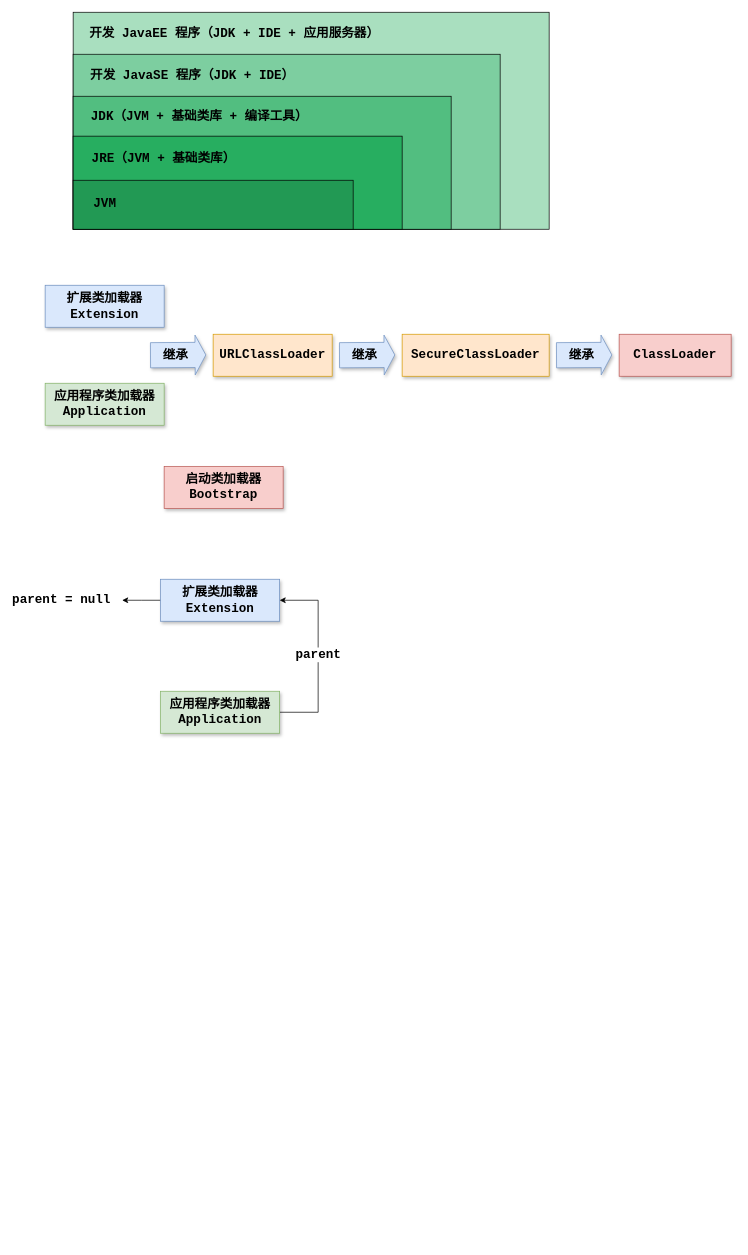
This is jvm.drawio from Ocsio/draw-io, a draw.io file, before an edit. Source tidied: cells renumbered, new cells numbered last; positions are measured from the earlier drawing's top-left corner, leaving out a move shared by most shapes. Both pictures are drawn from the tidied source at 70%, with x=0, y=0 at pixel (45, 12).
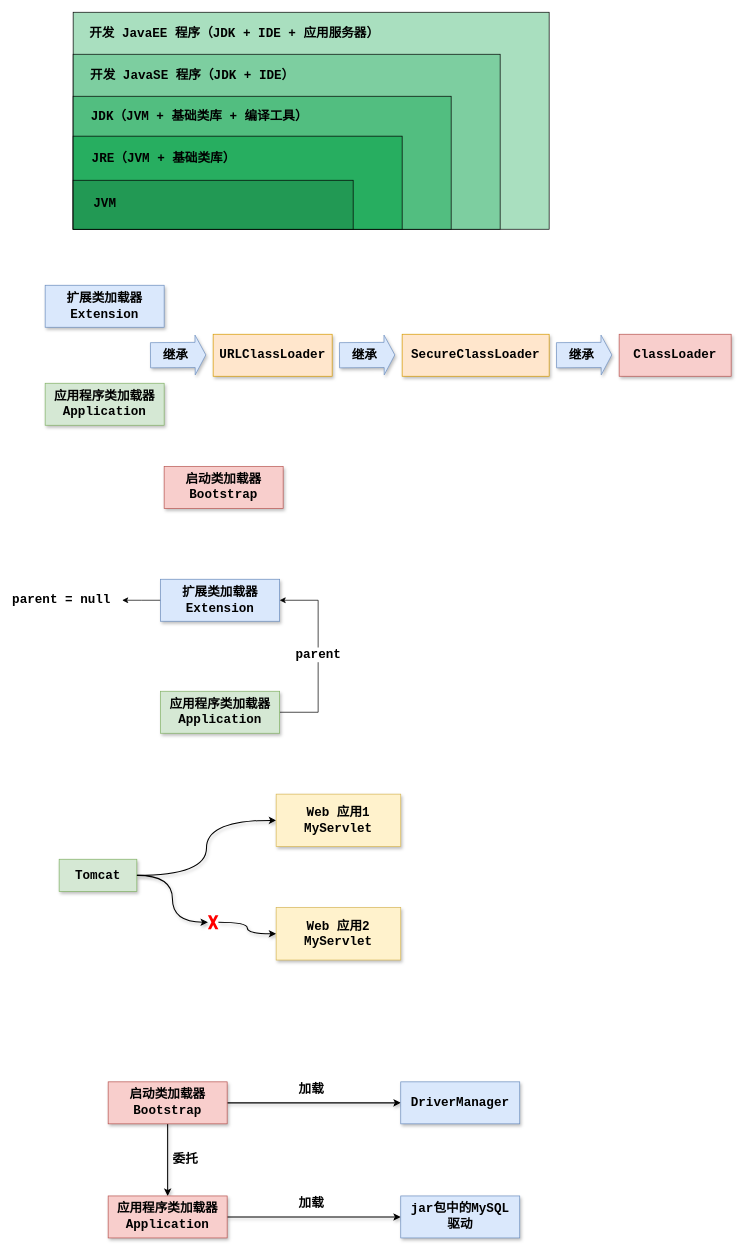
Above is the later version.

What changed in the source:
```diff
@@
+    <mxCell id="30" style="edgeStyle=orthogonalEdgeStyle;rounded=0;jettySize=auto;html=1;entryX=0;entryY=0.5;entryDx=0;entryDy=0;curved=1;strokeWidth=1.5;shadow=1;" parent="1" edge="1" source="32" target="33">
+      <mxGeometry relative="1" as="geometry" />
+    </mxCell>
+    <mxCell id="31" style="edgeStyle=orthogonalEdgeStyle;rounded=0;jettySize=auto;html=1;entryX=0;entryY=0.5;entryDx=0;entryDy=0;curved=1;strokeWidth=1.5;shadow=1;" parent="1" edge="1" source="36" target="34">
+      <mxGeometry relative="1" as="geometry" />
+    </mxCell>
+    <mxCell id="32" value="&lt;font face=&quot;Courier New&quot;&gt;&lt;span style=&quot;font-size: 18px;&quot;&gt;&lt;b&gt;Tomcat&lt;/b&gt;&lt;/span&gt;&lt;/font&gt;" style="rounded=0;whiteSpace=wrap;html=1;fillColor=#d5e8d4;strokeColor=#82b366;shadow=1;" parent="1" vertex="1">
+      <mxGeometry x="20" y="1210" width="111" height="46" as="geometry" />
+    </mxCell>
+    <mxCell id="33" value="&lt;font face=&quot;Courier New&quot;&gt;&lt;span style=&quot;font-size: 18px;&quot;&gt;&lt;b&gt;Web 应用1&lt;br&gt;MyServlet&lt;br&gt;&lt;/b&gt;&lt;/span&gt;&lt;/font&gt;" style="rounded=0;whiteSpace=wrap;html=1;fillColor=#fff2cc;strokeColor=#d6b656;shadow=1;" parent="1" vertex="1">
+      <mxGeometry x="330" y="1117" width="178" height="75" as="geometry" />
+    </mxCell>
+    <mxCell id="34" value="&lt;font face=&quot;Courier New&quot;&gt;&lt;span style=&quot;font-size: 18px;&quot;&gt;&lt;b&gt;Web 应用2&lt;br&gt;MyServlet&lt;br&gt;&lt;/b&gt;&lt;/span&gt;&lt;/font&gt;" style="rounded=0;whiteSpace=wrap;html=1;fillColor=#fff2cc;strokeColor=#d6b656;shadow=1;" parent="1" vertex="1">
+      <mxGeometry x="330" y="1279" width="178" height="75" as="geometry" />
+    </mxCell>
+    <mxCell id="35" style="edgeStyle=orthogonalEdgeStyle;rounded=0;jettySize=auto;html=1;entryX=0;entryY=0.5;entryDx=0;entryDy=0;curved=1;strokeWidth=1.5;shadow=1;" parent="1" edge="1" source="32" target="36">
+      <mxGeometry relative="1" as="geometry" />
+    </mxCell>
+    <mxCell id="36" style="verticalLabelPosition=bottom;verticalAlign=top;html=1;shape=mxgraph.basic.x;fillColor=#FF0000;strokeColor=none;" parent="1" vertex="1">
+      <mxGeometry x="232.5" y="1290" width="15" height="20" as="geometry" />
+    </mxCell>
+    <mxCell id="37" style="edgeStyle=orthogonalEdgeStyle;rounded=0;jettySize=auto;html=1;strokeWidth=1.5;shadow=1;" parent="1" edge="1" source="39" target="41">
+      <mxGeometry relative="1" as="geometry" />
+    </mxCell>
+    <mxCell id="38" style="edgeStyle=orthogonalEdgeStyle;rounded=0;jettySize=auto;html=1;strokeWidth=1.5;shadow=1;" parent="1" edge="1" source="39" target="43">
+      <mxGeometry relative="1" as="geometry" />
+    </mxCell>
+    <mxCell id="39" value="&lt;font face=&quot;Courier New&quot;&gt;&lt;span style=&quot;font-size: 18px;&quot;&gt;&lt;b&gt;启动类加载器Bootstrap&lt;/b&gt;&lt;/span&gt;&lt;/font&gt;" style="rounded=0;whiteSpace=wrap;html=1;fillColor=#f8cecc;strokeColor=#b85450;shadow=1;" parent="1" vertex="1">
+      <mxGeometry x="90" y="1528" width="170" height="60" as="geometry" />
+    </mxCell>
+    <mxCell id="40" style="edgeStyle=orthogonalEdgeStyle;rounded=0;jettySize=auto;html=1;strokeWidth=1.5;shadow=1;" parent="1" edge="1" source="41" target="44">
+      <mxGeometry relative="1" as="geometry" />
+    </mxCell>
+    <mxCell id="41" value="&lt;font face=&quot;Courier New&quot;&gt;&lt;span style=&quot;font-size: 18px;&quot;&gt;&lt;b&gt;应用程序类加载器&lt;br&gt;Application&lt;br&gt;&lt;/b&gt;&lt;/span&gt;&lt;/font&gt;" style="rounded=0;whiteSpace=wrap;html=1;fillColor=#f8cecc;strokeColor=#b85450;shadow=1;" parent="1" vertex="1">
+      <mxGeometry x="90" y="1691" width="170" height="60" as="geometry" />
+    </mxCell>
+    <mxCell id="42" value="&lt;b&gt;&lt;font style=&quot;font-size: 18px;&quot; face=&quot;Courier New&quot;&gt;委托&lt;/font&gt;&lt;/b&gt;" style="text;html=1;align=center;verticalAlign=middle;strokeColor=none;fillColor=none;" parent="1" vertex="1">
+      <mxGeometry x="170" y="1620" width="60" height="40" as="geometry" />
+    </mxCell>
+    <mxCell id="43" value="&lt;font face=&quot;Courier New&quot;&gt;&lt;span style=&quot;font-size: 18px;&quot;&gt;&lt;b&gt;DriverManager&lt;/b&gt;&lt;/span&gt;&lt;/font&gt;" style="rounded=0;whiteSpace=wrap;html=1;fillColor=#dae8fc;strokeColor=#6c8ebf;shadow=1;" parent="1" vertex="1">
+      <mxGeometry x="508" y="1528" width="170" height="60" as="geometry" />
+    </mxCell>
+    <mxCell id="44" value="&lt;font face=&quot;Courier New&quot;&gt;&lt;span style=&quot;font-size: 18px;&quot;&gt;&lt;b&gt;jar包中的MySQL&lt;br&gt;驱动&lt;br&gt;&lt;/b&gt;&lt;/span&gt;&lt;/font&gt;" style="rounded=0;whiteSpace=wrap;html=1;fillColor=#dae8fc;strokeColor=#6c8ebf;shadow=1;" parent="1" vertex="1">
+      <mxGeometry x="508" y="1691" width="170" height="60" as="geometry" />
+    </mxCell>
+    <mxCell id="45" value="&lt;b&gt;&lt;font style=&quot;font-size: 18px;&quot; face=&quot;Courier New&quot;&gt;加载&lt;/font&gt;&lt;/b&gt;" style="text;html=1;align=center;verticalAlign=middle;strokeColor=none;fillColor=none;" parent="1" vertex="1">
+      <mxGeometry x="350" y="1520" width="60" height="40" as="geometry" />
+    </mxCell>
+    <mxCell id="46" value="&lt;b&gt;&lt;font style=&quot;font-size: 18px;&quot; face=&quot;Courier New&quot;&gt;加载&lt;/font&gt;&lt;/b&gt;" style="text;html=1;align=center;verticalAlign=middle;strokeColor=none;fillColor=none;" parent="1" vertex="1">
+      <mxGeometry x="350" y="1683" width="60" height="40" as="geometry" />
+    </mxCell>
```
